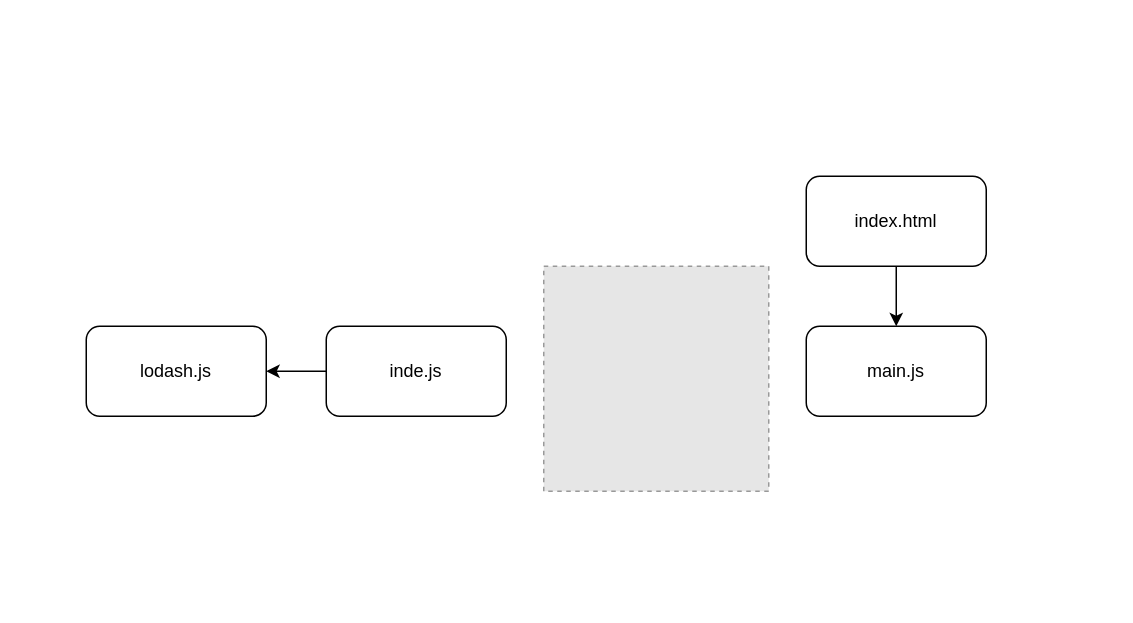
The draw.io diagram page "zero-config" (2 of 6) of posts/05-first-webpack/assets/first-webpack.drawio in peterhpchen/webpack-quest, before the edit. Source tidied: cells renumbered, new cells numbered last; positions are measured from the earlier drawing's top-left corner, leaving out a move shared by most shapes. Both pictures are drawn from the tidied source at 150%, with x=0, y=0 at pixel (86, 176). Pictures stored in the file or linked from it are replaced by grey dashed boxes.
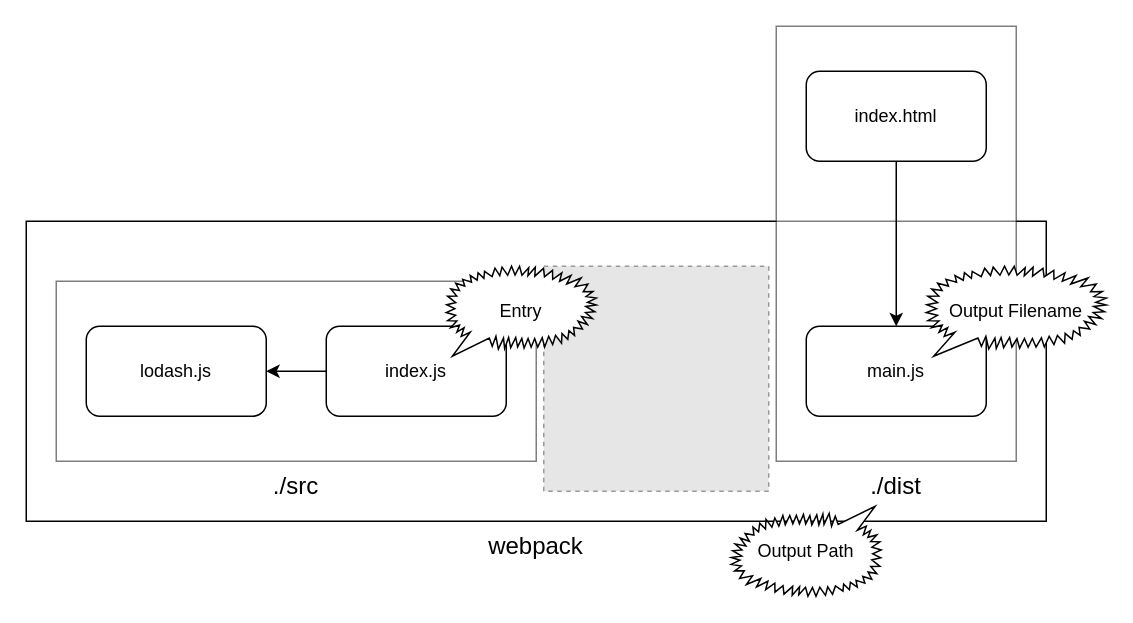
The same diagram, later.

Diff of the diagram source:
```diff
@@
 <mxGraphModel>
   <root>
     <mxCell id="0" />
     <mxCell id="1" parent="0" />
+    <mxCell id="9" value="webpack" style="rounded=0;whiteSpace=wrap;html=1;labelPosition=center;verticalLabelPosition=bottom;align=center;verticalAlign=top;fontSize=16;" parent="1" vertex="1">
+      <mxGeometry x="-40" y="30" width="680" height="200" as="geometry" />
+    </mxCell>
+    <mxCell id="10" value="./dist" style="rounded=0;whiteSpace=wrap;html=1;labelPosition=center;verticalLabelPosition=bottom;align=center;verticalAlign=top;fontSize=16;opacity=50;" parent="1" vertex="1">
+      <mxGeometry x="460" y="-100" width="160" height="290" as="geometry" />
+    </mxCell>
+    <mxCell id="11" value="./src" style="rounded=0;whiteSpace=wrap;html=1;labelPosition=center;verticalLabelPosition=bottom;align=center;verticalAlign=top;fontSize=16;opacity=50;" parent="1" vertex="1">
+      <mxGeometry x="-20" y="70" width="320" height="120" as="geometry" />
+    </mxCell>
     <mxCell id="2" style="fillColor=#E6E6E6;strokeColor=#999999;dashed=1;" parent="1" vertex="1">
       <mxGeometry x="305" y="60" width="150" height="150" as="geometry" />
     </mxCell>
     <mxCell id="3" style="edgeStyle=orthogonalEdgeStyle;rounded=0;jettySize=auto;html=1;" parent="1" edge="1" source="4" target="5">
       <mxGeometry relative="1" as="geometry" />
     </mxCell>
-    <mxCell id="4" value="inde.js" style="rounded=1;whiteSpace=wrap;html=1;" parent="1" vertex="1">
+    <mxCell id="4" value="index.js" style="rounded=1;whiteSpace=wrap;html=1;" parent="1" vertex="1">
       <mxGeometry x="160" y="100" width="120" height="60" as="geometry" />
     </mxCell>
     <mxCell id="5" value="lodash.js" style="rounded=1;whiteSpace=wrap;html=1;" parent="1" vertex="1">
       <mxGeometry y="100" width="120" height="60" as="geometry" />
     </mxCell>
     <mxCell id="6" style="edgeStyle=orthogonalEdgeStyle;rounded=0;jettySize=auto;html=1;" parent="1" edge="1" source="7" target="8">
       <mxGeometry relative="1" as="geometry" />
     </mxCell>
     <mxCell id="7" value="index.html" style="rounded=1;whiteSpace=wrap;html=1;" parent="1" vertex="1">
-      <mxGeometry x="480" width="120" height="60" as="geometry" />
+      <mxGeometry x="480" y="-70" width="120" height="60" as="geometry" />
     </mxCell>
     <mxCell id="8" value="main.js" style="rounded=1;whiteSpace=wrap;html=1;" parent="1" vertex="1">
       <mxGeometry x="480" y="100" width="120" height="60" as="geometry" />
     </mxCell>
+    <mxCell id="12" value="Entry" style="whiteSpace=wrap;html=1;shape=mxgraph.basic.loud_callout;" parent="1" vertex="1">
+      <mxGeometry x="240" y="60" width="100" height="60" as="geometry" />
+    </mxCell>
+    <mxCell id="13" value="Output Filename" style="whiteSpace=wrap;html=1;shape=mxgraph.basic.loud_callout;" parent="1" vertex="1">
+      <mxGeometry x="560" y="60" width="120" height="60" as="geometry" />
+    </mxCell>
+    <mxCell id="14" value="Output Path" style="whiteSpace=wrap;html=1;shape=mxgraph.basic.loud_callout;direction=west;" parent="1" vertex="1">
+      <mxGeometry x="430" y="220" width="100" height="60" as="geometry" />
+    </mxCell>
   </root>
 </mxGraphModel>
```
